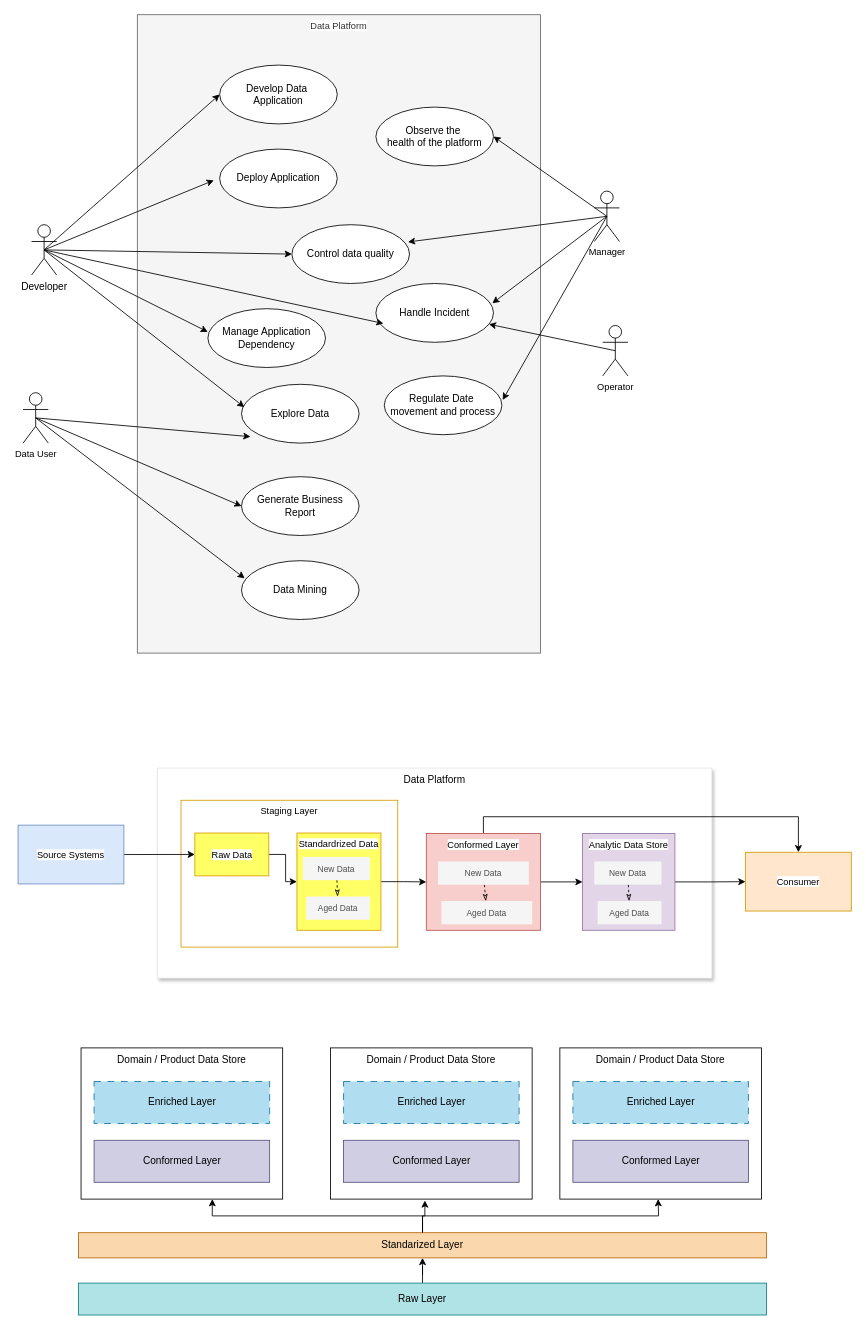
The draw.io diagram BigDataPlatformDesign.drawio in rockysynergy/draws, before the edit. Source tidied: cells renumbered, new cells numbered last; positions are measured from the earlier drawing's top-left corner, leaving out a move shared by most shapes. Both pictures are drawn from the tidied source at 84%, with x=0, y=0 at pixel (18, 14).
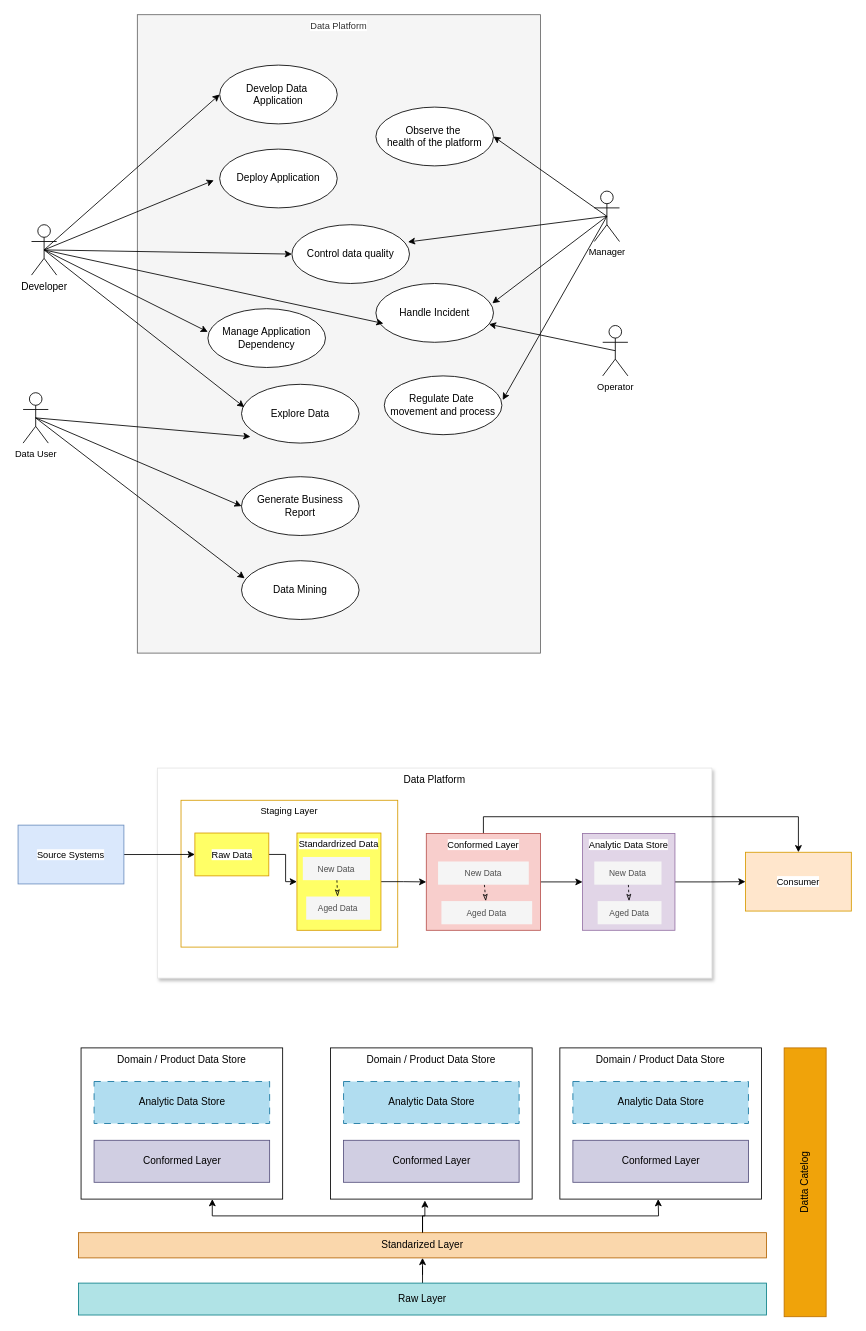
After the change.

Unchanged cells that the change refers to:
```xml
<mxCell id="45" style="group;" parent="1" vertex="1">
  <mxGeometry x="75" y="1230" width="240" height="180" as="geometry" />
</mxCell>
<mxCell id="54" style="group;" parent="1" vertex="1">
  <mxGeometry x="372" y="1230" width="240" height="180" as="geometry" />
</mxCell>
<mxCell id="58" style="group;" parent="1" vertex="1">
  <mxGeometry x="645" y="1230" width="240" height="180" as="geometry" />
</mxCell>
```

Diff of the diagram source:
```diff
@@
-    <mxCell id="47" value="Enriched Layer" style="rounded=1;whiteSpace=wrap;html=1;arcSize=0;fillColor=#b1ddf0;strokeColor=#10739e;dashed=1;dashPattern=8 8;" parent="45" vertex="1">
+    <mxCell id="47" value="Analytic Data Store" style="rounded=1;whiteSpace=wrap;html=1;arcSize=0;fillColor=#b1ddf0;strokeColor=#10739e;dashed=1;dashPattern=8 8;" parent="45" vertex="1">
       <mxGeometry x="15.5" y="40" width="209" height="50" as="geometry" />
     </mxCell>
@@
-    <mxCell id="56" value="Enriched Layer" style="rounded=1;whiteSpace=wrap;html=1;arcSize=0;fillColor=#b1ddf0;strokeColor=#10739e;dashed=1;dashPattern=8 8;" parent="54" vertex="1">
+    <mxCell id="56" value="Analytic Data Store" style="rounded=1;whiteSpace=wrap;html=1;arcSize=0;fillColor=#b1ddf0;strokeColor=#10739e;dashed=1;dashPattern=8 8;" parent="54" vertex="1">
       <mxGeometry x="15.5" y="40" width="209" height="50" as="geometry" />
     </mxCell>
@@
-    <mxCell id="60" value="Enriched Layer" style="rounded=1;whiteSpace=wrap;html=1;arcSize=0;fillColor=#b1ddf0;strokeColor=#10739e;dashed=1;dashPattern=8 8;" parent="58" vertex="1">
+    <mxCell id="60" value="Analytic Data Store" style="rounded=1;whiteSpace=wrap;html=1;arcSize=0;fillColor=#b1ddf0;strokeColor=#10739e;dashed=1;dashPattern=8 8;" parent="58" vertex="1">
       <mxGeometry x="15.5" y="40" width="209" height="50" as="geometry" />
     </mxCell>
@@
+    <mxCell id="72" value="Datta Catelog" style="rounded=0;whiteSpace=wrap;html=1;rotation=-90;fillColor=#f0a30a;fontColor=#000000;strokeColor=#BD7000;" parent="1" vertex="1">
+      <mxGeometry x="777" y="1365" width="320" height="50" as="geometry" />
+    </mxCell>
```
